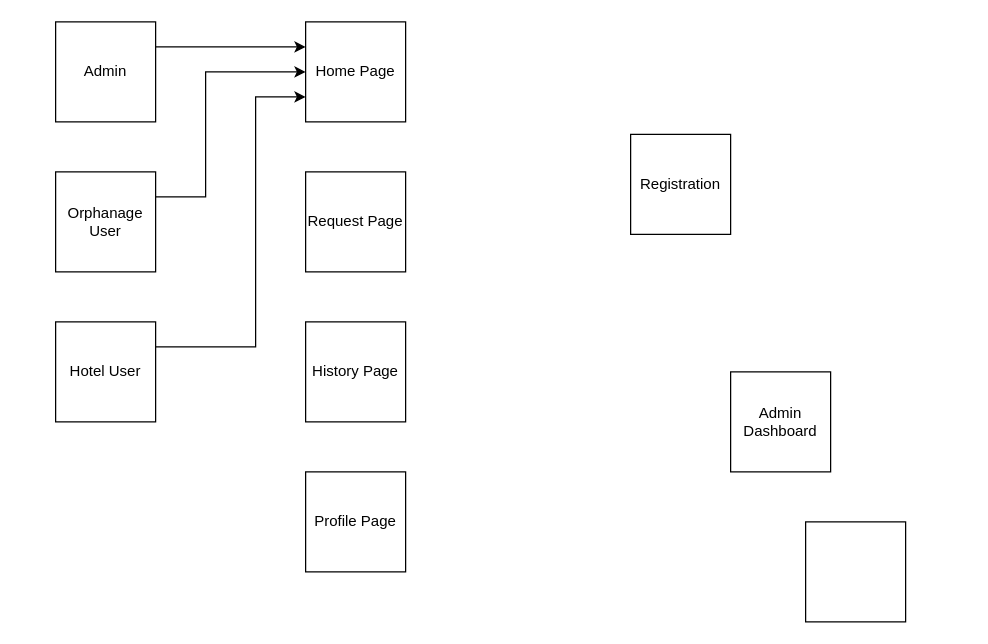
Before: fbReport.drawio in Sriram-V-99/MCA-Project-, a draw.io diagram. Source tidied: cells renumbered, new cells numbered last; positions are measured from the earlier drawing's top-left corner, leaving out a move shared by most shapes. Both pictures are drawn from the tidied source at 125%, with x=0, y=0 at pixel (55, 21).
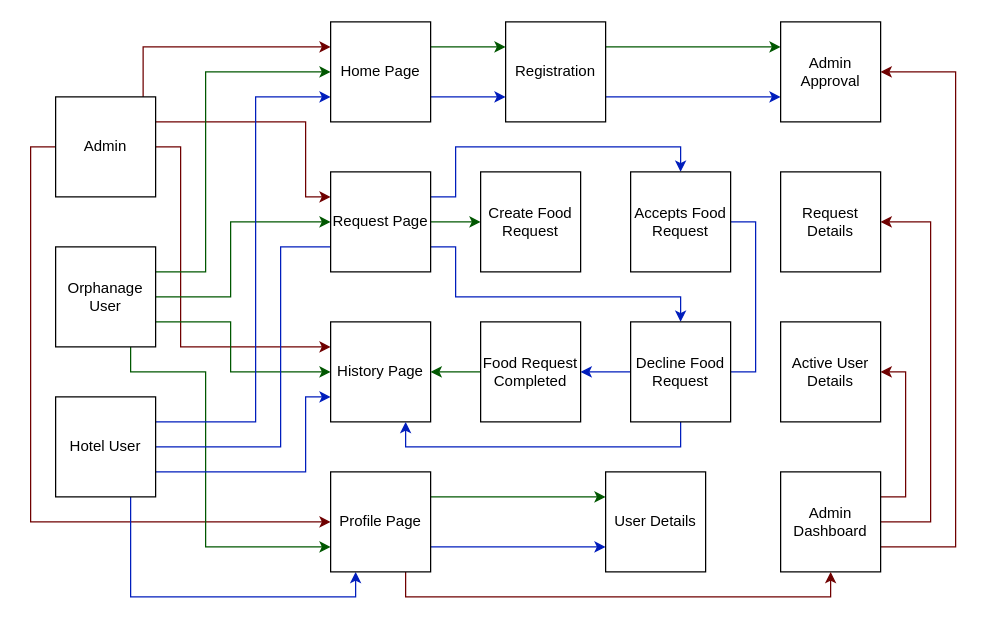
The same page after the edit.

The edit, as a diff of the source:
```diff
@@
-    <mxCell id="2" style="edgeStyle=orthogonalEdgeStyle;rounded=0;jettySize=auto;html=1;exitX=1;exitY=0.25;exitDx=0;exitDy=0;entryX=0;entryY=0.25;entryDx=0;entryDy=0;" parent="1" edge="1" source="3" target="10">
-      <mxGeometry relative="1" as="geometry" />
+    <mxCell id="2" style="edgeStyle=orthogonalEdgeStyle;rounded=0;jettySize=auto;html=1;entryX=0;entryY=0.25;entryDx=0;entryDy=0;fillColor=#a20025;strokeColor=#6F0000;" parent="1" edge="1" source="3" target="10">
+      <mxGeometry relative="1" as="geometry">
+        <Array as="points">
+          <mxPoint x="70" y="20" />
+        </Array>
+      </mxGeometry>
     </mxCell>
+    <mxCell id="15" style="edgeStyle=orthogonalEdgeStyle;rounded=0;jettySize=auto;html=1;exitX=1;exitY=0.25;exitDx=0;exitDy=0;entryX=0;entryY=0.25;entryDx=0;entryDy=0;fillColor=#a20025;strokeColor=#6F0000;" parent="1" edge="1" source="3" target="11">
+      <mxGeometry relative="1" as="geometry">
+        <Array as="points">
+          <mxPoint x="200" y="80" />
+          <mxPoint x="200" y="140" />
+        </Array>
+      </mxGeometry>
+    </mxCell>
+    <mxCell id="16" style="edgeStyle=orthogonalEdgeStyle;rounded=0;jettySize=auto;html=1;exitX=1;exitY=0.5;exitDx=0;exitDy=0;entryX=0;entryY=0.25;entryDx=0;entryDy=0;fillColor=#a20025;strokeColor=#6F0000;" parent="1" edge="1" source="3" target="12">
+      <mxGeometry relative="1" as="geometry">
+        <Array as="points">
+          <mxPoint x="100" y="100" />
+          <mxPoint x="100" y="260" />
+        </Array>
+      </mxGeometry>
+    </mxCell>
+    <mxCell id="17" style="edgeStyle=orthogonalEdgeStyle;rounded=0;jettySize=auto;html=1;exitX=0;exitY=0.5;exitDx=0;exitDy=0;entryX=0;entryY=0.5;entryDx=0;entryDy=0;fillColor=#a20025;strokeColor=#6F0000;" parent="1" edge="1" source="3" target="13">
+      <mxGeometry relative="1" as="geometry" />
+    </mxCell>
     <mxCell id="3" value="Admin" style="whiteSpace=wrap;html=1;" parent="1" vertex="1">
-      <mxGeometry width="80" height="80" as="geometry" />
+      <mxGeometry y="60" width="80" height="80" as="geometry" />
     </mxCell>
-    <mxCell id="4" style="edgeStyle=orthogonalEdgeStyle;rounded=0;jettySize=auto;html=1;exitX=1;exitY=0.25;exitDx=0;exitDy=0;entryX=0;entryY=0.5;entryDx=0;entryDy=0;" parent="1" edge="1" source="5" target="10">
+    <mxCell id="4" style="edgeStyle=orthogonalEdgeStyle;rounded=0;jettySize=auto;html=1;exitX=1;exitY=0.25;exitDx=0;exitDy=0;entryX=0;entryY=0.5;entryDx=0;entryDy=0;fillColor=#008a00;strokeColor=#005700;" parent="1" edge="1" source="5" target="10">
       <mxGeometry relative="1" as="geometry">
         <Array as="points">
-          <mxPoint x="120" y="140" />
+          <mxPoint x="120" y="200" />
           <mxPoint x="120" y="40" />
         </Array>
       </mxGeometry>
     </mxCell>
+    <mxCell id="18" style="edgeStyle=orthogonalEdgeStyle;rounded=0;jettySize=auto;html=1;exitX=1;exitY=0.5;exitDx=0;exitDy=0;entryX=0;entryY=0.5;entryDx=0;entryDy=0;fillColor=#008a00;strokeColor=#005700;" parent="1" edge="1" source="5" target="11">
+      <mxGeometry relative="1" as="geometry">
+        <Array as="points">
+          <mxPoint x="140" y="220" />
+          <mxPoint x="140" y="160" />
+        </Array>
+      </mxGeometry>
+    </mxCell>
+    <mxCell id="19" style="edgeStyle=orthogonalEdgeStyle;rounded=0;jettySize=auto;html=1;exitX=1;exitY=0.75;exitDx=0;exitDy=0;entryX=0;entryY=0.5;entryDx=0;entryDy=0;fillColor=#008a00;strokeColor=#005700;" parent="1" edge="1" source="5" target="12">
+      <mxGeometry relative="1" as="geometry">
+        <Array as="points">
+          <mxPoint x="140" y="240" />
+          <mxPoint x="140" y="280" />
+        </Array>
+      </mxGeometry>
+    </mxCell>
+    <mxCell id="20" style="edgeStyle=orthogonalEdgeStyle;rounded=0;jettySize=auto;html=1;exitX=0.75;exitY=1;exitDx=0;exitDy=0;entryX=0;entryY=0.75;entryDx=0;entryDy=0;fillColor=#008a00;strokeColor=#005700;" parent="1" edge="1" source="5" target="13">
+      <mxGeometry relative="1" as="geometry">
+        <Array as="points">
+          <mxPoint x="60" y="280" />
+          <mxPoint x="120" y="280" />
+          <mxPoint x="120" y="420" />
+        </Array>
+      </mxGeometry>
+    </mxCell>
     <mxCell id="5" value="Orphanage User" style="whiteSpace=wrap;html=1;" parent="1" vertex="1">
-      <mxGeometry y="120" width="80" height="80" as="geometry" />
+      <mxGeometry y="180" width="80" height="80" as="geometry" />
     </mxCell>
-    <mxCell id="6" style="edgeStyle=orthogonalEdgeStyle;rounded=0;jettySize=auto;html=1;exitX=1;exitY=0.25;exitDx=0;exitDy=0;entryX=0;entryY=0.75;entryDx=0;entryDy=0;" parent="1" edge="1" source="7" target="10">
+    <mxCell id="6" style="edgeStyle=orthogonalEdgeStyle;rounded=0;jettySize=auto;html=1;exitX=1;exitY=0.25;exitDx=0;exitDy=0;entryX=0;entryY=0.75;entryDx=0;entryDy=0;fillColor=#0050ef;strokeColor=#001DBC;" parent="1" edge="1" source="7" target="10">
       <mxGeometry relative="1" as="geometry">
         <Array as="points">
-          <mxPoint x="160" y="260" />
+          <mxPoint x="160" y="320" />
           <mxPoint x="160" y="60" />
         </Array>
       </mxGeometry>
     </mxCell>
+    <mxCell id="21" style="edgeStyle=orthogonalEdgeStyle;rounded=0;jettySize=auto;html=1;exitX=1;exitY=0.5;exitDx=0;exitDy=0;entryX=0;entryY=0.75;entryDx=0;entryDy=0;fillColor=#0050ef;strokeColor=#001DBC;" parent="1" edge="1" source="7">
+      <mxGeometry relative="1" as="geometry">
+        <mxPoint x="240" y="180" as="targetPoint" />
+        <Array as="points">
+          <mxPoint x="180" y="340" />
+          <mxPoint x="180" y="180" />
+        </Array>
+      </mxGeometry>
+    </mxCell>
+    <mxCell id="22" style="edgeStyle=orthogonalEdgeStyle;rounded=0;jettySize=auto;html=1;exitX=1;exitY=0.75;exitDx=0;exitDy=0;entryX=0;entryY=0.75;entryDx=0;entryDy=0;fillColor=#0050ef;strokeColor=#001DBC;" parent="1" edge="1" source="7" target="12">
+      <mxGeometry relative="1" as="geometry">
+        <Array as="points">
+          <mxPoint x="200" y="360" />
+          <mxPoint x="200" y="300" />
+        </Array>
+      </mxGeometry>
+    </mxCell>
+    <mxCell id="23" style="edgeStyle=orthogonalEdgeStyle;rounded=0;jettySize=auto;html=1;exitX=0.75;exitY=1;exitDx=0;exitDy=0;entryX=0.25;entryY=1;entryDx=0;entryDy=0;fillColor=#0050ef;strokeColor=#001DBC;" parent="1" edge="1" source="7" target="13">
+      <mxGeometry relative="1" as="geometry" />
+    </mxCell>
     <mxCell id="7" value="Hotel User" style="whiteSpace=wrap;html=1;" parent="1" vertex="1">
-      <mxGeometry y="240" width="80" height="80" as="geometry" />
+      <mxGeometry y="300" width="80" height="80" as="geometry" />
     </mxCell>
+    <mxCell id="24" style="edgeStyle=orthogonalEdgeStyle;rounded=0;jettySize=auto;html=1;exitX=1;exitY=0.75;exitDx=0;exitDy=0;entryX=0;entryY=0.75;entryDx=0;entryDy=0;fillColor=#0050ef;strokeColor=#001DBC;" parent="1" edge="1" source="8" target="14">
+      <mxGeometry relative="1" as="geometry" />
+    </mxCell>
+    <mxCell id="25" style="edgeStyle=orthogonalEdgeStyle;rounded=0;jettySize=auto;html=1;exitX=1;exitY=0.25;exitDx=0;exitDy=0;entryX=0;entryY=0.25;entryDx=0;entryDy=0;fillColor=#008a00;strokeColor=#005700;" parent="1" edge="1" source="8" target="14">
+      <mxGeometry relative="1" as="geometry" />
+    </mxCell>
     <mxCell id="8" value="Registration" style="whiteSpace=wrap;html=1;" parent="1" vertex="1">
-      <mxGeometry x="460" y="90" width="80" height="80" as="geometry" />
+      <mxGeometry x="360" width="80" height="80" as="geometry" />
     </mxCell>
+    <mxCell id="26" style="edgeStyle=orthogonalEdgeStyle;rounded=0;jettySize=auto;html=1;exitX=1;exitY=0.75;exitDx=0;exitDy=0;entryX=1;entryY=0.5;entryDx=0;entryDy=0;fillColor=#a20025;strokeColor=#6F0000;" parent="1" edge="1" source="9" target="14">
+      <mxGeometry relative="1" as="geometry">
+        <Array as="points">
+          <mxPoint x="720" y="420" />
+          <mxPoint x="720" y="40" />
+        </Array>
+      </mxGeometry>
+    </mxCell>
+    <mxCell id="27" style="edgeStyle=orthogonalEdgeStyle;rounded=0;jettySize=auto;html=1;exitX=1;exitY=0.5;exitDx=0;exitDy=0;entryX=1;entryY=0.5;entryDx=0;entryDy=0;fillColor=#a20025;strokeColor=#6F0000;" parent="1" edge="1" source="9" target="37">
+      <mxGeometry relative="1" as="geometry">
+        <Array as="points">
+          <mxPoint x="700" y="400" />
+          <mxPoint x="700" y="160" />
+        </Array>
+      </mxGeometry>
+    </mxCell>
+    <mxCell id="28" style="edgeStyle=orthogonalEdgeStyle;rounded=0;jettySize=auto;html=1;exitX=1;exitY=0.25;exitDx=0;exitDy=0;entryX=1;entryY=0.5;entryDx=0;entryDy=0;fillColor=#a20025;strokeColor=#6F0000;" parent="1" edge="1" source="9" target="38">
+      <mxGeometry relative="1" as="geometry" />
+    </mxCell>
     <mxCell id="9" value="Admin Dashboard" style="whiteSpace=wrap;html=1;" parent="1" vertex="1">
-      <mxGeometry x="540" y="280" width="80" height="80" as="geometry" />
+      <mxGeometry x="580" y="360" width="80" height="80" as="geometry" />
     </mxCell>
+    <mxCell id="29" style="edgeStyle=orthogonalEdgeStyle;rounded=0;jettySize=auto;html=1;exitX=1;exitY=0.25;exitDx=0;exitDy=0;entryX=0;entryY=0.25;entryDx=0;entryDy=0;fillColor=#008a00;strokeColor=#005700;" parent="1" edge="1" source="10" target="8">
+      <mxGeometry relative="1" as="geometry">
+        <Array as="points">
+          <mxPoint x="330" y="20" />
+          <mxPoint x="330" y="20" />
+        </Array>
+      </mxGeometry>
+    </mxCell>
+    <mxCell id="30" style="edgeStyle=orthogonalEdgeStyle;rounded=0;jettySize=auto;html=1;exitX=1;exitY=0.75;exitDx=0;exitDy=0;fillColor=#0050ef;strokeColor=#001DBC;" parent="1" edge="1" source="10">
+      <mxGeometry relative="1" as="geometry">
+        <mxPoint x="360" y="60" as="targetPoint" />
+        <Array as="points">
+          <mxPoint x="360" y="60" />
+        </Array>
+      </mxGeometry>
+    </mxCell>
     <mxCell id="10" value="Home Page" style="whiteSpace=wrap;html=1;" parent="1" vertex="1">
-      <mxGeometry x="200" width="80" height="80" as="geometry" />
+      <mxGeometry x="220" width="80" height="80" as="geometry" />
     </mxCell>
+    <mxCell id="31" style="edgeStyle=orthogonalEdgeStyle;rounded=0;jettySize=auto;html=1;exitX=1;exitY=0.5;exitDx=0;exitDy=0;entryX=0;entryY=0.5;entryDx=0;entryDy=0;fillColor=#008a00;strokeColor=#005700;" parent="1" edge="1" source="11" target="39">
+      <mxGeometry relative="1" as="geometry" />
+    </mxCell>
+    <mxCell id="32" style="edgeStyle=orthogonalEdgeStyle;rounded=0;jettySize=auto;html=1;exitX=1;exitY=0.25;exitDx=0;exitDy=0;entryX=0.5;entryY=0;entryDx=0;entryDy=0;fillColor=#0050ef;strokeColor=#001DBC;" parent="1" edge="1" source="11" target="41">
+      <mxGeometry relative="1" as="geometry">
+        <Array as="points">
+          <mxPoint x="320" y="140" />
+          <mxPoint x="320" y="100" />
+          <mxPoint x="500" y="100" />
+        </Array>
+      </mxGeometry>
+    </mxCell>
+    <mxCell id="33" style="edgeStyle=orthogonalEdgeStyle;rounded=0;jettySize=auto;html=1;exitX=1;exitY=0.75;exitDx=0;exitDy=0;entryX=0.5;entryY=0;entryDx=0;entryDy=0;fillColor=#0050ef;strokeColor=#001DBC;" parent="1" edge="1" source="11" target="43">
+      <mxGeometry relative="1" as="geometry">
+        <Array as="points">
+          <mxPoint x="320" y="180" />
+          <mxPoint x="320" y="220" />
+          <mxPoint x="500" y="220" />
+        </Array>
+      </mxGeometry>
+    </mxCell>
     <mxCell id="11" value="Request Page" style="whiteSpace=wrap;html=1;" parent="1" vertex="1">
-      <mxGeometry x="200" y="120" width="80" height="80" as="geometry" />
+      <mxGeometry x="220" y="120" width="80" height="80" as="geometry" />
     </mxCell>
     <mxCell id="12" value="History Page" style="whiteSpace=wrap;html=1;" parent="1" vertex="1">
-      <mxGeometry x="200" y="240" width="80" height="80" as="geometry" />
+      <mxGeometry x="220" y="240" width="80" height="80" as="geometry" />
     </mxCell>
+    <mxCell id="34" style="edgeStyle=orthogonalEdgeStyle;rounded=0;jettySize=auto;html=1;exitX=0.75;exitY=1;exitDx=0;exitDy=0;entryX=0.5;entryY=1;entryDx=0;entryDy=0;fillColor=#a20025;strokeColor=#6F0000;" parent="1" edge="1" source="13" target="9">
+      <mxGeometry relative="1" as="geometry" />
+    </mxCell>
+    <mxCell id="35" style="edgeStyle=orthogonalEdgeStyle;rounded=0;jettySize=auto;html=1;exitX=1;exitY=0.75;exitDx=0;exitDy=0;entryX=0;entryY=0.75;entryDx=0;entryDy=0;fillColor=#0050ef;strokeColor=#001DBC;" parent="1" edge="1" source="13" target="46">
+      <mxGeometry relative="1" as="geometry" />
+    </mxCell>
+    <mxCell id="36" style="edgeStyle=orthogonalEdgeStyle;rounded=0;jettySize=auto;html=1;exitX=1;exitY=0.25;exitDx=0;exitDy=0;entryX=0;entryY=0.25;entryDx=0;entryDy=0;fillColor=#008a00;strokeColor=#005700;" parent="1" edge="1" source="13" target="46">
+      <mxGeometry relative="1" as="geometry" />
+    </mxCell>
     <mxCell id="13" value="Profile Page" style="whiteSpace=wrap;html=1;" parent="1" vertex="1">
-      <mxGeometry x="200" y="360" width="80" height="80" as="geometry" />
+      <mxGeometry x="220" y="360" width="80" height="80" as="geometry" />
     </mxCell>
-    <mxCell id="14" style="whiteSpace=wrap;html=1;" parent="1" vertex="1">
-      <mxGeometry x="600" y="400" width="80" height="80" as="geometry" />
+    <mxCell id="14" value="Admin Approval" style="whiteSpace=wrap;html=1;" parent="1" vertex="1">
+      <mxGeometry x="580" width="80" height="80" as="geometry" />
     </mxCell>
+    <mxCell id="37" value="Request Details" style="whiteSpace=wrap;html=1;" parent="1" vertex="1">
+      <mxGeometry x="580" y="120" width="80" height="80" as="geometry" />
+    </mxCell>
+    <mxCell id="38" value="Active User Details" style="whiteSpace=wrap;html=1;" parent="1" vertex="1">
+      <mxGeometry x="580" y="240" width="80" height="80" as="geometry" />
+    </mxCell>
+    <mxCell id="39" value="Create Food Request" style="whiteSpace=wrap;html=1;" parent="1" vertex="1">
+      <mxGeometry x="340" y="120" width="80" height="80" as="geometry" />
+    </mxCell>
+    <mxCell id="40" style="edgeStyle=orthogonalEdgeStyle;rounded=0;jettySize=auto;html=1;exitX=1;exitY=0.5;exitDx=0;exitDy=0;entryX=1;entryY=0.5;entryDx=0;entryDy=0;fillColor=#0050ef;strokeColor=#001DBC;" parent="1" edge="1" source="41" target="45">
+      <mxGeometry relative="1" as="geometry" />
+    </mxCell>
+    <mxCell id="41" value="Accepts Food Request" style="whiteSpace=wrap;html=1;" parent="1" vertex="1">
+      <mxGeometry x="460" y="120" width="80" height="80" as="geometry" />
+    </mxCell>
+    <mxCell id="42" style="edgeStyle=orthogonalEdgeStyle;rounded=0;jettySize=auto;html=1;exitX=0.5;exitY=1;exitDx=0;exitDy=0;entryX=0.75;entryY=1;entryDx=0;entryDy=0;fillColor=#0050ef;strokeColor=#001DBC;" parent="1" edge="1" source="43" target="12">
+      <mxGeometry relative="1" as="geometry" />
+    </mxCell>
+    <mxCell id="43" value="Decline Food Request" style="whiteSpace=wrap;html=1;" parent="1" vertex="1">
+      <mxGeometry x="460" y="240" width="80" height="80" as="geometry" />
+    </mxCell>
+    <mxCell id="44" style="edgeStyle=orthogonalEdgeStyle;rounded=0;jettySize=auto;html=1;exitX=0;exitY=0.5;exitDx=0;exitDy=0;entryX=1;entryY=0.5;entryDx=0;entryDy=0;fillColor=#008a00;strokeColor=#005700;" parent="1" edge="1" source="45" target="12">
+      <mxGeometry relative="1" as="geometry" />
+    </mxCell>
+    <mxCell id="45" value="Food Request Completed" style="whiteSpace=wrap;html=1;" parent="1" vertex="1">
+      <mxGeometry x="340" y="240" width="80" height="80" as="geometry" />
+    </mxCell>
+    <mxCell id="46" value="User Details" style="whiteSpace=wrap;html=1;" parent="1" vertex="1">
+      <mxGeometry x="440" y="360" width="80" height="80" as="geometry" />
+    </mxCell>
```
